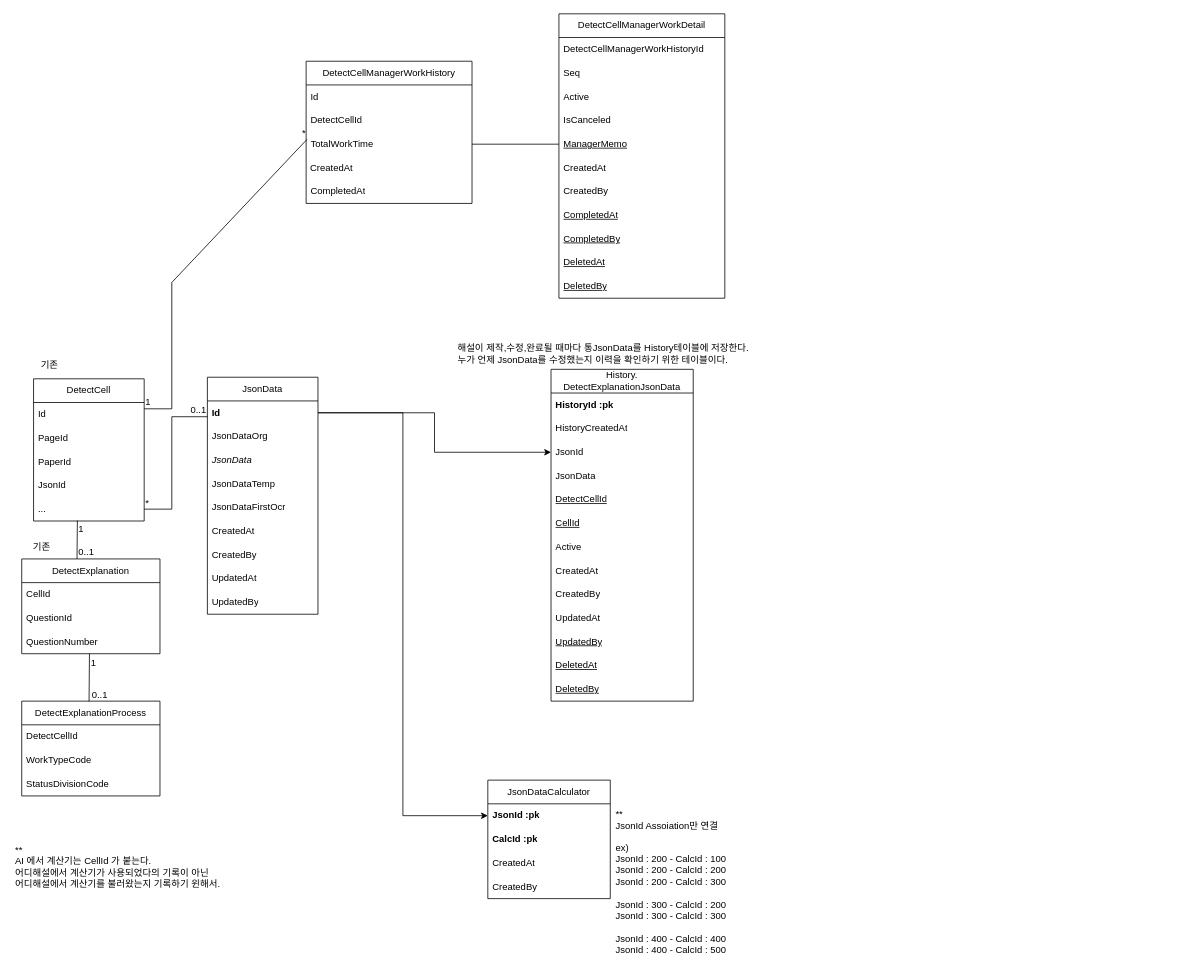
The draw.io diagram 해설계산기.drawio in hyeonzx/Explanation_Calculator, before the edit. Source tidied: cells renumbered, new cells numbered last; positions are measured from the earlier drawing's top-left corner, leaving out a move shared by most shapes. Both pictures are drawn from the tidied source at 79%, with x=0, y=0 at pixel (13, 13).
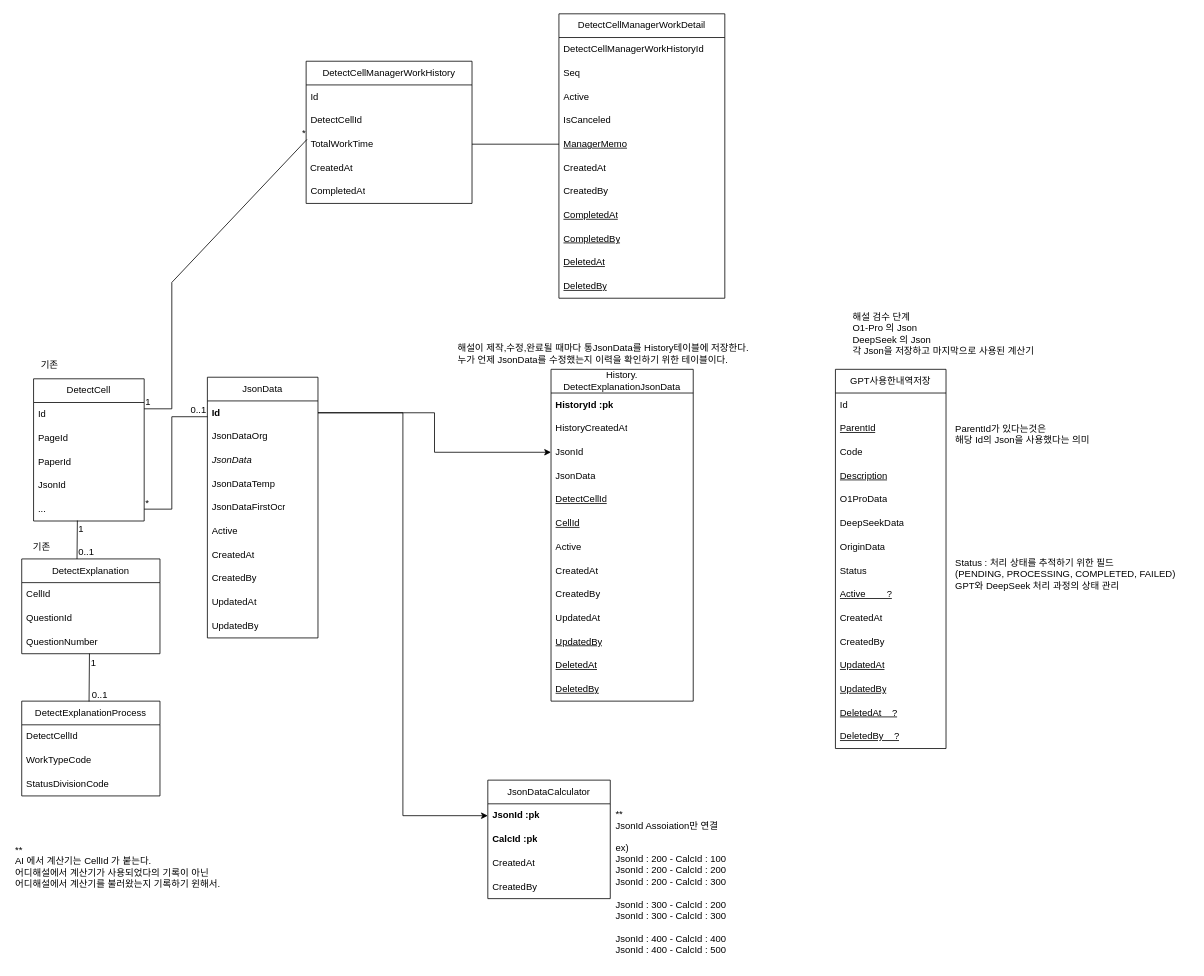
Above is the later version.

Commit message:
해설계산기.drawio 업데이트

What changed in the source:
```diff
@@
     <mxCell id="7" value="JsonData" style="swimlane;fontStyle=0;horizontal=1;startSize=30;whiteSpace=wrap;html=1;" parent="1" vertex="1">
-      <mxGeometry x="245" y="460" width="140" height="300" as="geometry" />
+      <mxGeometry x="245" y="460" width="140" height="330" as="geometry" />
     </mxCell>
@@
+    <mxCell id="84" value="Active" style="text;strokeColor=none;fillColor=none;align=left;verticalAlign=middle;spacingLeft=4;spacingRight=4;overflow=hidden;whiteSpace=wrap;html=1;" parent="7" vertex="1">
+      <mxGeometry y="180" width="140" height="30" as="geometry" />
+    </mxCell>
     <mxCell id="13" value="CreatedAt" style="text;strokeColor=none;fillColor=none;align=left;verticalAlign=middle;spacingLeft=4;spacingRight=4;overflow=hidden;whiteSpace=wrap;html=1;" parent="7" vertex="1">
-      <mxGeometry y="180" width="140" height="30" as="geometry" />
+      <mxGeometry y="210" width="140" height="30" as="geometry" />
     </mxCell>
     <mxCell id="14" value="CreatedBy" style="text;strokeColor=none;fillColor=none;align=left;verticalAlign=middle;spacingLeft=4;spacingRight=4;overflow=hidden;whiteSpace=wrap;html=1;" parent="7" vertex="1">
-      <mxGeometry y="210" width="140" height="30" as="geometry" />
+      <mxGeometry y="240" width="140" height="30" as="geometry" />
     </mxCell>
     <mxCell id="15" value="UpdatedAt" style="text;strokeColor=none;fillColor=none;align=left;verticalAlign=middle;spacingLeft=4;spacingRight=4;overflow=hidden;whiteSpace=wrap;html=1;" parent="7" vertex="1">
-      <mxGeometry y="240" width="140" height="30" as="geometry" />
+      <mxGeometry y="270" width="140" height="30" as="geometry" />
     </mxCell>
     <mxCell id="16" value="UpdatedBy" style="text;strokeColor=none;fillColor=none;align=left;verticalAlign=middle;spacingLeft=4;spacingRight=4;overflow=hidden;whiteSpace=wrap;html=1;" parent="7" vertex="1">
-      <mxGeometry y="270" width="140" height="30" as="geometry" />
+      <mxGeometry y="300" width="140" height="30" as="geometry" />
     </mxCell>
@@
+    <mxCell id="85" value="GPT사용한내역저장" style="swimlane;fontStyle=0;horizontal=1;startSize=30;whiteSpace=wrap;html=1;" parent="1" vertex="1">
+      <mxGeometry x="1040" y="450" width="140" height="480" as="geometry" />
+    </mxCell>
+    <mxCell id="86" value="Id" style="text;strokeColor=none;fillColor=none;align=left;verticalAlign=middle;spacingLeft=4;spacingRight=4;overflow=hidden;whiteSpace=wrap;html=1;" parent="85" vertex="1">
+      <mxGeometry y="30" width="140" height="30" as="geometry" />
+    </mxCell>
+    <mxCell id="87" value="&lt;u&gt;ParentId&lt;/u&gt;" style="text;strokeColor=none;fillColor=none;align=left;verticalAlign=middle;spacingLeft=4;spacingRight=4;overflow=hidden;whiteSpace=wrap;html=1;" parent="85" vertex="1">
+      <mxGeometry y="60" width="140" height="30" as="geometry" />
+    </mxCell>
+    <mxCell id="88" value="Code" style="text;strokeColor=none;fillColor=none;align=left;verticalAlign=middle;spacingLeft=4;spacingRight=4;overflow=hidden;whiteSpace=wrap;html=1;" parent="85" vertex="1">
+      <mxGeometry y="90" width="140" height="30" as="geometry" />
+    </mxCell>
+    <mxCell id="89" value="&lt;u&gt;Description&lt;/u&gt;" style="text;strokeColor=none;fillColor=none;align=left;verticalAlign=middle;spacingLeft=4;spacingRight=4;overflow=hidden;whiteSpace=wrap;html=1;" parent="85" vertex="1">
+      <mxGeometry y="120" width="140" height="30" as="geometry" />
+    </mxCell>
+    <mxCell id="90" value="O1ProData" style="text;strokeColor=none;fillColor=none;align=left;verticalAlign=middle;spacingLeft=4;spacingRight=4;overflow=hidden;whiteSpace=wrap;html=1;" parent="85" vertex="1">
+      <mxGeometry y="150" width="140" height="30" as="geometry" />
+    </mxCell>
+    <mxCell id="91" value="DeepSeekData" style="text;strokeColor=none;fillColor=none;align=left;verticalAlign=middle;spacingLeft=4;spacingRight=4;overflow=hidden;whiteSpace=wrap;html=1;" parent="85" vertex="1">
+      <mxGeometry y="180" width="140" height="30" as="geometry" />
+    </mxCell>
+    <mxCell id="92" value="OriginData" style="text;strokeColor=none;fillColor=none;align=left;verticalAlign=middle;spacingLeft=4;spacingRight=4;overflow=hidden;whiteSpace=wrap;html=1;" parent="85" vertex="1">
+      <mxGeometry y="210" width="140" height="30" as="geometry" />
+    </mxCell>
+    <mxCell id="93" value="Status" style="text;strokeColor=none;fillColor=none;align=left;verticalAlign=middle;spacingLeft=4;spacingRight=4;overflow=hidden;whiteSpace=wrap;html=1;" parent="85" vertex="1">
+      <mxGeometry y="240" width="140" height="30" as="geometry" />
+    </mxCell>
+    <mxCell id="94" value="&lt;u&gt;Active&amp;nbsp; &amp;nbsp; &amp;nbsp; &amp;nbsp; ?&lt;/u&gt;" style="text;strokeColor=none;fillColor=none;align=left;verticalAlign=middle;spacingLeft=4;spacingRight=4;overflow=hidden;whiteSpace=wrap;html=1;" parent="85" vertex="1">
+      <mxGeometry y="270" width="140" height="30" as="geometry" />
+    </mxCell>
+    <mxCell id="95" value="CreatedAt" style="text;strokeColor=none;fillColor=none;align=left;verticalAlign=middle;spacingLeft=4;spacingRight=4;overflow=hidden;whiteSpace=wrap;html=1;" parent="85" vertex="1">
+      <mxGeometry y="300" width="140" height="30" as="geometry" />
+    </mxCell>
+    <mxCell id="96" value="CreatedBy" style="text;strokeColor=none;fillColor=none;align=left;verticalAlign=middle;spacingLeft=4;spacingRight=4;overflow=hidden;whiteSpace=wrap;html=1;" parent="85" vertex="1">
+      <mxGeometry y="330" width="140" height="30" as="geometry" />
+    </mxCell>
+    <mxCell id="97" value="&lt;u&gt;UpdatedAt&lt;/u&gt;" style="text;strokeColor=none;fillColor=none;align=left;verticalAlign=middle;spacingLeft=4;spacingRight=4;overflow=hidden;whiteSpace=wrap;html=1;" parent="85" vertex="1">
+      <mxGeometry y="360" width="140" height="30" as="geometry" />
+    </mxCell>
+    <mxCell id="98" value="&lt;u&gt;UpdatedBy&lt;/u&gt;" style="text;strokeColor=none;fillColor=none;align=left;verticalAlign=middle;spacingLeft=4;spacingRight=4;overflow=hidden;whiteSpace=wrap;html=1;" parent="85" vertex="1">
+      <mxGeometry y="390" width="140" height="30" as="geometry" />
+    </mxCell>
+    <mxCell id="99" value="&lt;u style=&quot;&quot;&gt;DeletedAt&amp;nbsp; &amp;nbsp; ?&lt;/u&gt;" style="text;strokeColor=none;fillColor=none;align=left;verticalAlign=middle;spacingLeft=4;spacingRight=4;overflow=hidden;whiteSpace=wrap;html=1;" parent="85" vertex="1">
+      <mxGeometry y="420" width="140" height="30" as="geometry" />
+    </mxCell>
+    <mxCell id="100" value="&lt;u&gt;DeletedBy&amp;nbsp; &amp;nbsp; ?&lt;/u&gt;" style="text;strokeColor=none;fillColor=none;align=left;verticalAlign=middle;spacingLeft=4;spacingRight=4;overflow=hidden;whiteSpace=wrap;html=1;" parent="85" vertex="1">
+      <mxGeometry y="450" width="140" height="30" as="geometry" />
+    </mxCell>
+    <mxCell id="101" value="해설 검수 단계&lt;div&gt;O1-Pro 의 Json&lt;/div&gt;&lt;div&gt;DeepSeek 의 Json&lt;/div&gt;&lt;div&gt;각 Json을 저장하고 마지막으로 사용된 계산기&lt;/div&gt;" style="text;html=1;align=left;verticalAlign=middle;strokeColor=none;fillColor=none;" parent="1" vertex="1">
+      <mxGeometry x="1060" y="370" width="270" height="70" as="geometry" />
+    </mxCell>
+    <mxCell id="102" value="ParentId가 있다는것은&amp;nbsp;&lt;div&gt;&lt;div style=&quot;&quot;&gt;&lt;span style=&quot;background-color: transparent; color: light-dark(rgb(0, 0, 0), rgb(255, 255, 255));&quot;&gt;해당 Id의 Json을 사용했다는 의미&lt;/span&gt;&lt;/div&gt;&lt;div&gt;&lt;br&gt;&lt;/div&gt;&lt;/div&gt;" style="text;html=1;align=left;verticalAlign=middle;strokeColor=none;fillColor=none;" parent="1" vertex="1">
+      <mxGeometry x="1190" y="510" width="200" height="60" as="geometry" />
+    </mxCell>
+    <mxCell id="103" value="Status : 처리 상태를 추적하기 위한 필드&lt;div&gt;(PENDING, PROCESSING, COMPLETED, FAILED)&lt;/div&gt;&lt;div&gt;GPT와 DeepSeek 처리 과정의 상태 관리&lt;/div&gt;" style="text;html=1;align=left;verticalAlign=middle;strokeColor=none;fillColor=none;" parent="1" vertex="1">
+      <mxGeometry x="1190" y="679" width="300" height="60" as="geometry" />
+    </mxCell>
```
